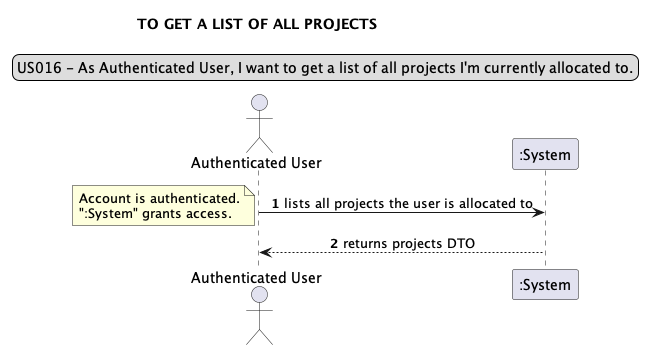
The PlantUML diagram docs/requirements_gathering/system_sequence_diagrams/sprint02/SSD016-TO_GET_A_LIST_OF_ALL_PROJECTS.png in Loracline/project_switch_22-23, before a commit. Its diagram source:
```plantuml
@startuml
legend top
US016 - As Authenticated User, I want to get a list of all projects I'm currently allocated to.
end legend
skinparam sequenceMessageAlign center
title TO GET A LIST OF ALL PROJECTS
actor "Authenticated User"
autonumber
"Authenticated User" -> ":System": lists all projects the user is allocated to
note left
Account is authenticated.
":System" grants access.
end note
"Authenticated User" <-- ":System": returns projects DTO

@enduml
```
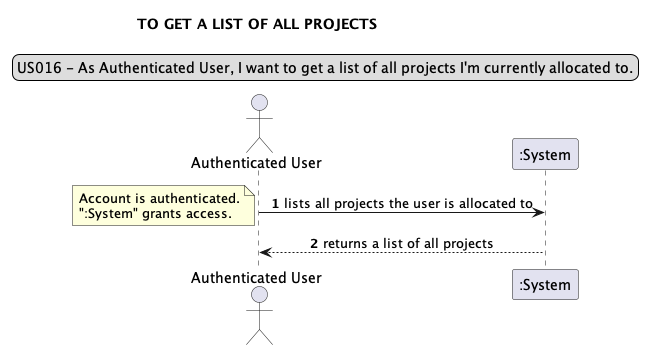
After the change.

Commit message:
No US number : Design : refinement of Class Diagram

Diff of the diagram source:
```diff
@@ -11,6 +11,6 @@
 Account is authenticated.
 ":System" grants access.
 end note
-"Authenticated User" <-- ":System": returns projects DTO
+"Authenticated User" <-- ":System": returns a list of all projects
 
 @enduml
```
